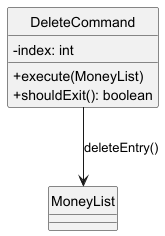
Earlier version of the PlantUML export docs/diagrams/DeleteCommand_Class.png (EdwinTun98/tp).
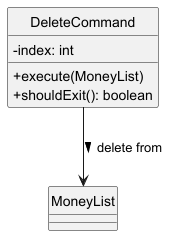
Later version of the same file.

Commit message:
Added association arrows in all class diagrams

Diff of the diagram source:
```diff
@@ -7,5 +7,6 @@
   + execute(MoneyList)
   + shouldExit(): boolean
 }
-DeleteCommand --> MoneyList : "deleteEntry()"
+
+DeleteCommand --> MoneyList : delete from >
 @enduml
```
